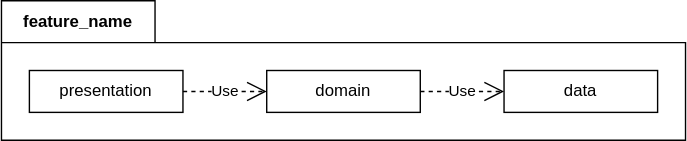
Earlier version of the draw.io export docs/diagrams/feature-package.svg (dalu-wins/sc-news). Source tidied: cells renumbered, new cells last; positions are measured from the earlier drawing's top-left corner, leaving out a move shared by most shapes.
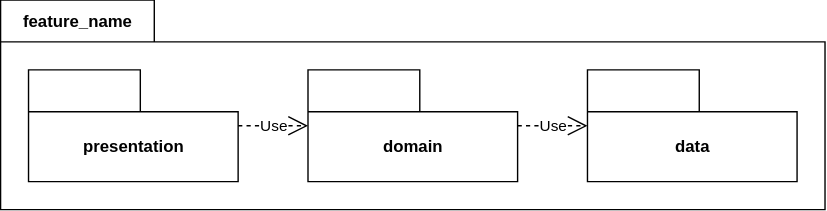
After the commit.

Change to the diagram source:
```diff
@@ -3,19 +3,17 @@
     <mxCell id="0" />
     <mxCell id="1" parent="0" />
     <mxCell id="2" value="feature_name" style="shape=folder;fontStyle=1;tabWidth=110;tabHeight=30;tabPosition=left;html=1;boundedLbl=1;labelInHeader=1;whiteSpace=wrap;" parent="1" vertex="1">
-      <mxGeometry width="490" height="100" as="geometry" />
+      <mxGeometry width="590" height="150" as="geometry" />
     </mxCell>
-    <mxCell id="3" value="&lt;div&gt;presentation&lt;/div&gt;" style="html=1;whiteSpace=wrap;" parent="2" vertex="1">
-      <mxGeometry width="110" height="30" relative="1" as="geometry">
-        <mxPoint x="20" y="50" as="offset" />
-      </mxGeometry>
+    <mxCell id="3" value="presentation" style="shape=folder;fontStyle=1;tabWidth=80;tabHeight=30;tabPosition=left;html=1;boundedLbl=1;whiteSpace=wrap;" parent="2" vertex="1">
+      <mxGeometry x="20" y="50" width="150" height="80" as="geometry" />
     </mxCell>
+    <mxCell id="5" value="&lt;div&gt;data&lt;/div&gt;" style="shape=folder;fontStyle=1;tabWidth=80;tabHeight=30;tabPosition=left;html=1;boundedLbl=1;whiteSpace=wrap;" parent="2" vertex="1">
+      <mxGeometry x="420" y="50" width="150" height="80" as="geometry" />
+    </mxCell>
-    <mxCell id="4" value="domain" style="html=1;whiteSpace=wrap;" parent="2" vertex="1">
-      <mxGeometry x="190" y="50" width="110" height="30" as="geometry" />
+    <mxCell id="4" value="domain" style="shape=folder;fontStyle=1;tabWidth=80;tabHeight=30;tabPosition=left;html=1;boundedLbl=1;whiteSpace=wrap;" parent="2" vertex="1">
+      <mxGeometry x="220" y="50" width="150" height="80" as="geometry" />
     </mxCell>
-    <mxCell id="5" value="data" style="html=1;whiteSpace=wrap;" parent="2" vertex="1">
-      <mxGeometry x="360" y="50" width="110" height="30" as="geometry" />
-    </mxCell>
     <mxCell id="6" value="Use" style="endArrow=open;endSize=12;dashed=1;html=1;rounded=0;" parent="2" edge="1" source="3" target="4">
       <mxGeometry relative="1" as="geometry" />
     </mxCell>
```
